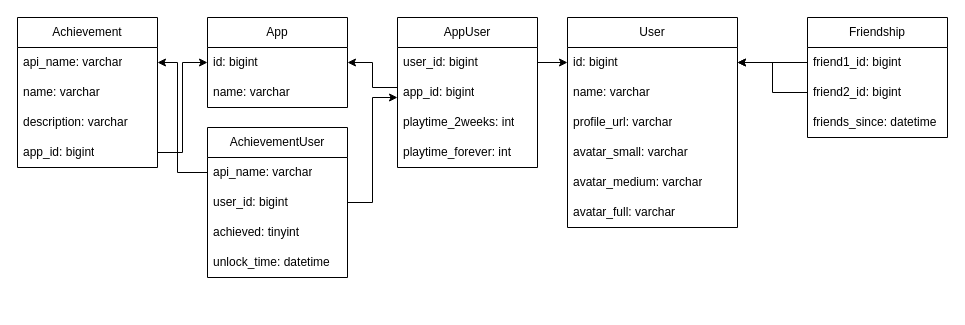
This is Database.drawio from Zancmok/SQL-SteamDB, a draw.io file, before an edit. Source tidied: cells renumbered, new cells numbered last; positions are measured from the earlier drawing's top-left corner, leaving out a move shared by most shapes. Both pictures are drawn from the tidied source at 100%, with x=0, y=0 at pixel (17, 17).
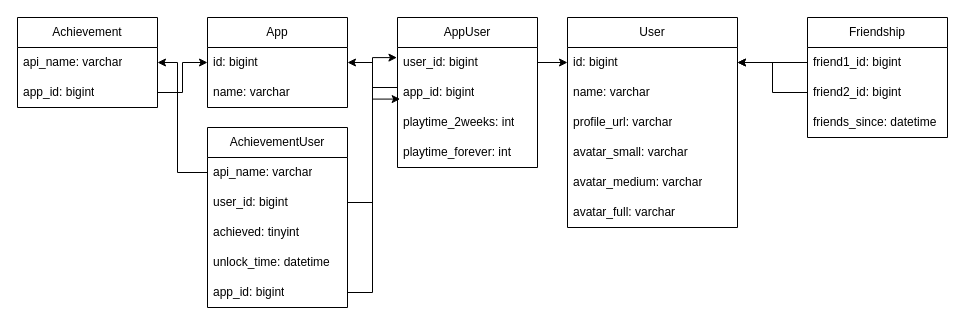
After the change.

Unchanged cells that the change refers to:
```xml
<mxCell id="19" value="user_id: bigint" style="text;strokeColor=none;fillColor=none;align=left;verticalAlign=middle;spacingLeft=4;spacingRight=4;overflow=hidden;points=[[0,0.5],[1,0.5]];portConstraint=eastwest;whiteSpace=wrap;html=1;" parent="18" vertex="1">
  <mxGeometry y="30" width="140" height="30" as="geometry" />
</mxCell>
<mxCell id="20" value="app_id: bigint" style="text;strokeColor=none;fillColor=none;align=left;verticalAlign=middle;spacingLeft=4;spacingRight=4;overflow=hidden;points=[[0,0.5],[1,0.5]];portConstraint=eastwest;whiteSpace=wrap;html=1;" parent="18" vertex="1">
  <mxGeometry y="60" width="140" height="30" as="geometry" />
</mxCell>
<mxCell id="32" value="user_id: bigint" style="text;strokeColor=none;fillColor=none;align=left;verticalAlign=middle;spacingLeft=4;spacingRight=4;overflow=hidden;points=[[0,0.5],[1,0.5]];portConstraint=eastwest;whiteSpace=wrap;html=1;" parent="30" vertex="1">
  <mxGeometry y="60" width="140" height="30" as="geometry" />
</mxCell>
```

Diff of the diagram source:
```diff
@@
     <mxCell id="24" value="Achievement" style="swimlane;fontStyle=0;horizontal=1;startSize=30;whiteSpace=wrap;html=1;" parent="1" vertex="1">
-      <mxGeometry width="140" height="150" as="geometry" />
+      <mxGeometry width="140" height="90" as="geometry" />
     </mxCell>
@@
-    <mxCell id="26" value="name: varchar" style="text;strokeColor=none;fillColor=none;align=left;verticalAlign=middle;spacingLeft=4;spacingRight=4;overflow=hidden;whiteSpace=wrap;html=1;" parent="24" vertex="1">
-      <mxGeometry y="60" width="140" height="30" as="geometry" />
-    </mxCell>
-    <mxCell id="27" value="description: varchar" style="text;strokeColor=none;fillColor=none;align=left;verticalAlign=middle;spacingLeft=4;spacingRight=4;overflow=hidden;whiteSpace=wrap;html=1;" parent="24" vertex="1">
-      <mxGeometry y="90" width="140" height="30" as="geometry" />
-    </mxCell>
     <mxCell id="28" value="app_id: bigint" style="text;strokeColor=none;fillColor=none;align=left;verticalAlign=middle;spacingLeft=4;spacingRight=4;overflow=hidden;points=[[0,0.5],[1,0.5]];portConstraint=eastwest;whiteSpace=wrap;html=1;" parent="24" vertex="1">
-      <mxGeometry y="120" width="140" height="30" as="geometry" />
+      <mxGeometry y="60" width="140" height="30" as="geometry" />
     </mxCell>
@@
     <mxCell id="30" value="AchievementUser" style="swimlane;fontStyle=0;horizontal=1;startSize=30;whiteSpace=wrap;html=1;" parent="1" vertex="1">
-      <mxGeometry x="190" y="110" width="140" height="150" as="geometry" />
+      <mxGeometry x="190" y="110" width="140" height="180" as="geometry" />
     </mxCell>
@@
+    <mxCell id="38" value="app_id: bigint" style="text;strokeColor=none;fillColor=none;align=left;verticalAlign=middle;spacingLeft=4;spacingRight=4;overflow=hidden;points=[[0,0.5],[1,0.5]];portConstraint=eastwest;whiteSpace=wrap;html=1;" parent="30" vertex="1">
+      <mxGeometry y="150" width="140" height="30" as="geometry" />
+    </mxCell>
@@
-    <mxCell id="36" style="edgeStyle=orthogonalEdgeStyle;rounded=0;jettySize=auto;html=1;" parent="1" edge="1" source="32">
-      <mxGeometry relative="1" as="geometry">
-        <mxPoint x="380" y="80" as="targetPoint" />
-        <Array as="points">
-          <mxPoint x="355" y="185" />
-          <mxPoint x="355" y="80" />
-          <mxPoint x="380" y="80" />
-        </Array>
-      </mxGeometry>
-    </mxCell>
@@
+    <mxCell id="39" style="edgeStyle=orthogonalEdgeStyle;rounded=0;jettySize=auto;html=1;entryX=0.019;entryY=0.719;entryDx=0;entryDy=0;entryPerimeter=0;" parent="1" edge="1" source="38" target="20">
+      <mxGeometry relative="1" as="geometry" />
+    </mxCell>
+    <mxCell id="40" style="edgeStyle=orthogonalEdgeStyle;rounded=0;jettySize=auto;html=1;entryX=-0.004;entryY=0.337;entryDx=0;entryDy=0;entryPerimeter=0;" parent="1" edge="1" source="32" target="19">
+      <mxGeometry relative="1" as="geometry" />
+    </mxCell>
```
